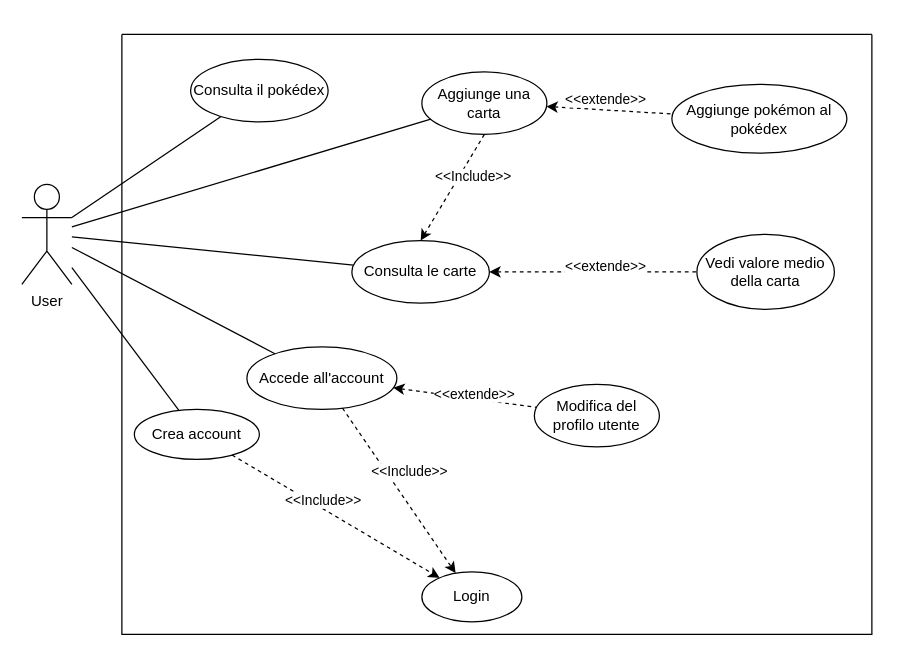
Before: 7_Allegati/use_case_pokecarddex.drawio in MatteoMolteni08/PokeCardDex, a draw.io diagram. Source tidied: cells renumbered, new cells numbered last; positions are measured from the earlier drawing's top-left corner, leaving out a move shared by most shapes. Both pictures are drawn from the tidied source at 125%, with x=0, y=0 at pixel (21, 34).
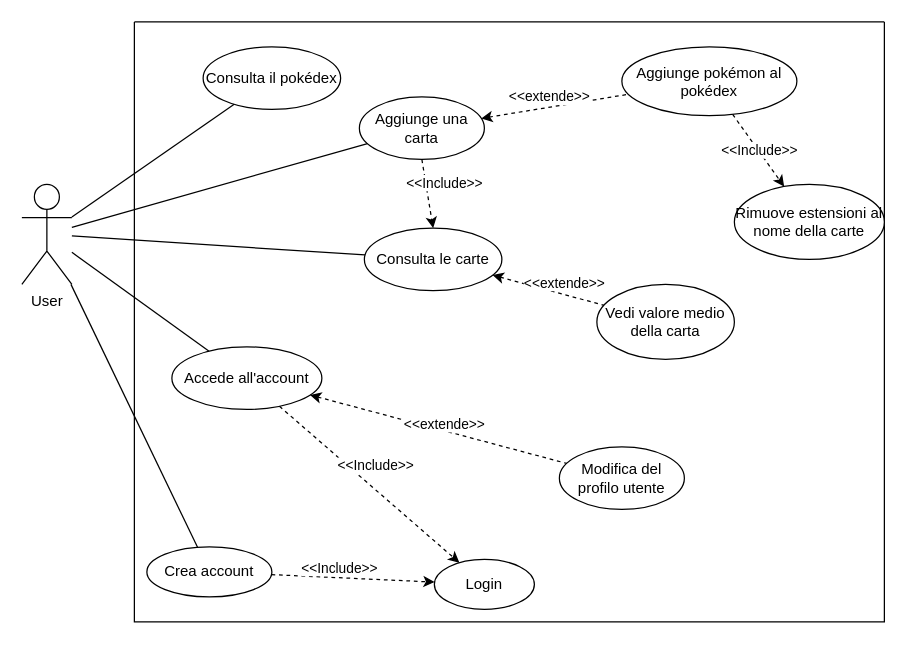
The same diagram, later.

Diff of the diagram source:
```diff
@@
     <mxCell id="3" style="swimlane;startSize=0;" parent="1" vertex="1">
-      <mxGeometry x="80" width="600" height="480" as="geometry" />
+      <mxGeometry x="90" y="-10" width="600" height="480" as="geometry" />
     </mxCell>
@@
     <mxCell id="5" value="Aggiunge una carta" style="ellipse;whiteSpace=wrap;html=1;" parent="3" vertex="1">
-      <mxGeometry x="240" y="30" width="100" height="50" as="geometry" />
+      <mxGeometry x="180" y="60" width="100" height="50" as="geometry" />
     </mxCell>
     <mxCell id="6" value="Aggiunge pokémon al pokédex" style="ellipse;whiteSpace=wrap;html=1;" parent="3" vertex="1">
-      <mxGeometry x="440" y="40" width="140" height="55" as="geometry" />
+      <mxGeometry x="390" y="20" width="140" height="55" as="geometry" />
     </mxCell>
@@
     <mxCell id="10" value="Crea account" style="ellipse;whiteSpace=wrap;html=1;" parent="3" vertex="1">
-      <mxGeometry x="10" y="300" width="100" height="40" as="geometry" />
+      <mxGeometry x="10" y="420" width="100" height="40" as="geometry" />
     </mxCell>
@@
     <mxCell id="14" value="Vedi valore medio della carta" style="ellipse;whiteSpace=wrap;html=1;" parent="3" vertex="1">
-      <mxGeometry x="460" y="160" width="110" height="60" as="geometry" />
+      <mxGeometry x="370" y="210" width="110" height="60" as="geometry" />
     </mxCell>
@@
     <mxCell id="17" value="Accede all'account" style="ellipse;whiteSpace=wrap;html=1;" parent="3" vertex="1">
-      <mxGeometry x="100" y="250" width="120" height="50" as="geometry" />
+      <mxGeometry x="30" y="260" width="120" height="50" as="geometry" />
     </mxCell>
@@
     <mxCell id="20" value="Modifica del profilo utente" style="ellipse;whiteSpace=wrap;html=1;" parent="3" vertex="1">
-      <mxGeometry x="330" y="280" width="100" height="50" as="geometry" />
+      <mxGeometry x="340" y="340" width="100" height="50" as="geometry" />
     </mxCell>
@@
+    <mxCell id="30" value="Rimuove estensioni al nome della carte" style="ellipse;whiteSpace=wrap;html=1;shapeInside=1;" parent="3" vertex="1">
+      <mxGeometry x="480" y="130" width="120" height="60" as="geometry" />
+    </mxCell>
+    <mxCell id="31" style="endArrow=classic;dashed=1;html=1;rounded=0;startArrow=none;startFill=0;endFill=1;" parent="3" edge="1" source="6" target="30">
+      <mxGeometry relative="1" as="geometry" />
+    </mxCell>
+    <mxCell id="32" value="&amp;lt;&amp;lt;Include&lt;span style=&quot;background-color: light-dark(#ffffff, var(--ge-dark-color, #121212)); color: light-dark(rgb(0, 0, 0), rgb(255, 255, 255));&quot;&gt;&amp;gt;&amp;gt;&lt;/span&gt;" style="edgeLabel;html=1;align=center;verticalAlign=middle;" parent="31" vertex="1">
+      <mxGeometry x="-0.11" y="4" relative="1" as="geometry">
+        <mxPoint x="-1" y="5" as="offset" />
+      </mxGeometry>
+    </mxCell>
```
